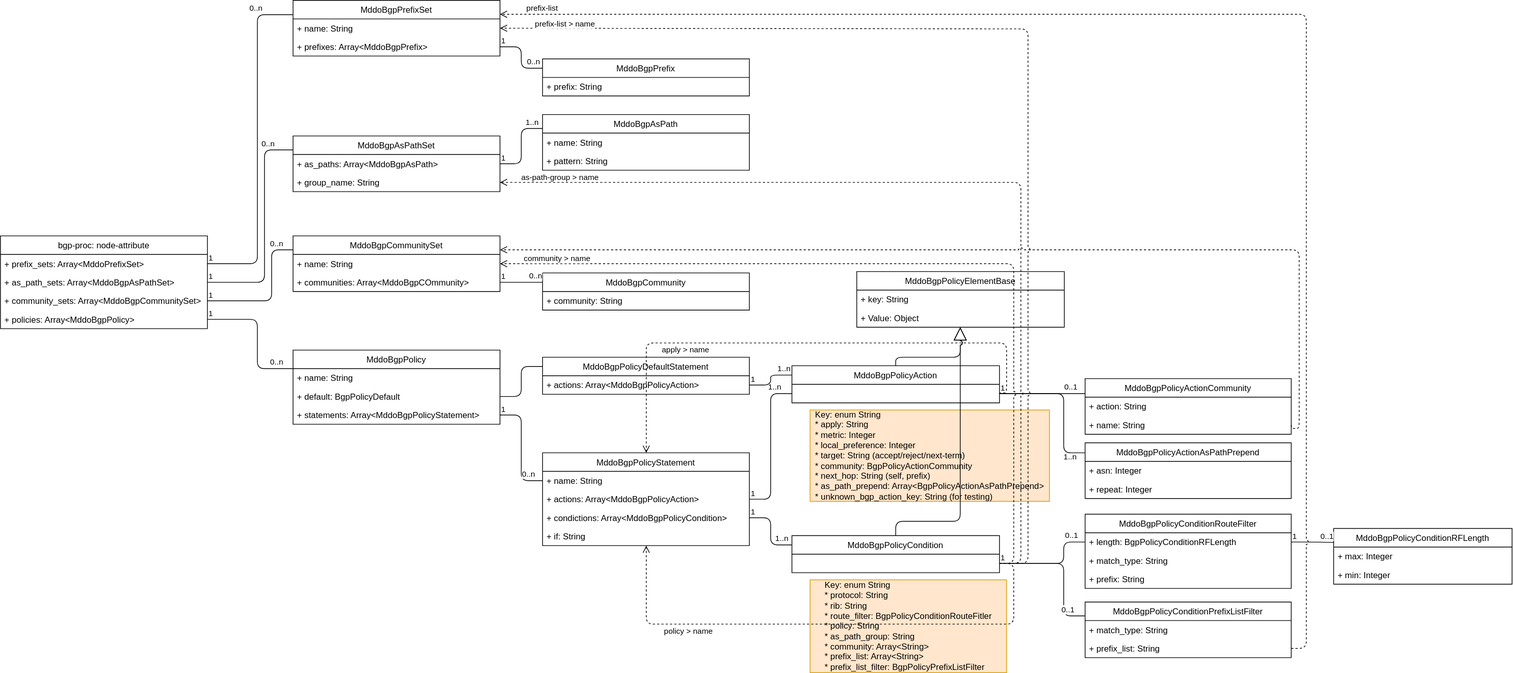
This is fig/bgp_policy_dsl.drawio.svg from ool-mddo/netomox, a draw.io export, as it was before one commit. Source tidied: cells renumbered, new cells last; positions are measured from the earlier drawing's top-left corner, leaving out a move shared by most shapes.
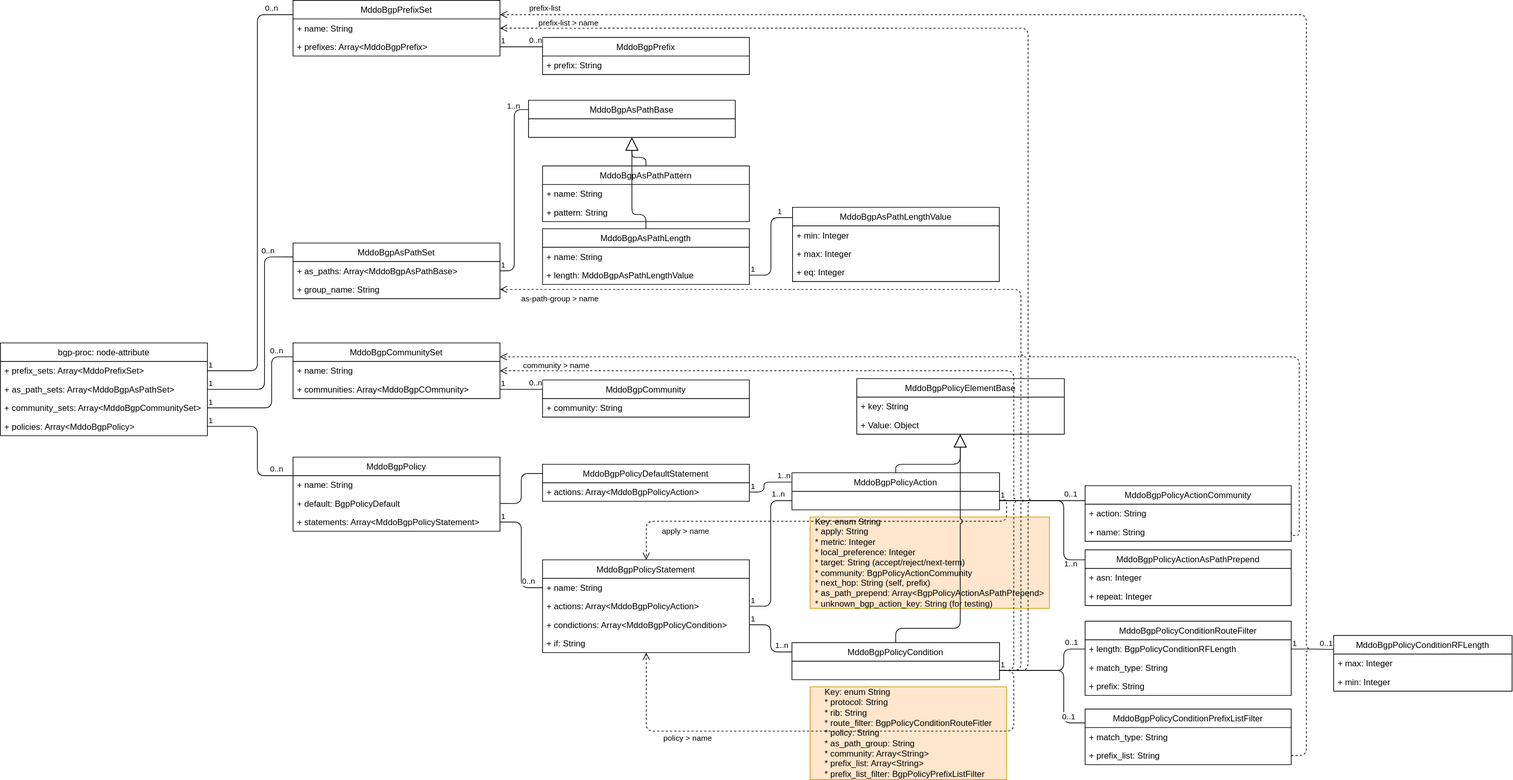
After the commit.

Commit message:
Add as-path-set/as-path/length

Diff of the diagram source:
```diff
@@ -139,7 +139,7 @@
     </mxCell>
     <mxCell id="41" value="1..n" style="edgeLabel;html=1;align=center;verticalAlign=middle;" parent="39" vertex="1">
       <mxGeometry x="0.79" y="-3" relative="1" as="geometry">
-        <mxPoint x="-4" y="-12" as="offset" />
+        <mxPoint x="2" y="-12" as="offset" />
       </mxGeometry>
     </mxCell>
     <mxCell id="42" style="endArrow=none;endFill=0;html=1;edgeStyle=orthogonalEdgeStyle;align=left;verticalAlign=top;exitX=1;exitY=0.5;exitDx=0;exitDy=0;entryX=0;entryY=0.25;entryDx=0;entryDy=0;" parent="1" edge="1" source="28" target="34">
@@ -172,18 +172,18 @@
     <mxCell id="48" value="MddoBgpAsPathSet" style="swimlane;fontStyle=0;horizontal=1;startSize=26;fillColor=none;" parent="1" vertex="1">
       <mxGeometry x="410" y="190" width="290" height="78" as="geometry" />
     </mxCell>
-    <mxCell id="49" value="+ as_paths: Array&lt;MddoBgpAsPath&gt;" style="text;strokeColor=none;fillColor=none;align=left;verticalAlign=top;spacingLeft=4;spacingRight=4;overflow=hidden;points=[[0,0.5],[1,0.5]];portConstraint=eastwest;" parent="48" vertex="1">
+    <mxCell id="49" value="+ as_paths: Array&lt;MddoBgpAsPathBase&gt;" style="text;strokeColor=none;fillColor=none;align=left;verticalAlign=top;spacingLeft=4;spacingRight=4;overflow=hidden;points=[[0,0.5],[1,0.5]];portConstraint=eastwest;" parent="48" vertex="1">
       <mxGeometry y="26" width="290" height="26" as="geometry" />
     </mxCell>
     <mxCell id="50" value="+ group_name: String" style="text;strokeColor=none;fillColor=none;align=left;verticalAlign=top;spacingLeft=4;spacingRight=4;overflow=hidden;points=[[0,0.5],[1,0.5]];portConstraint=eastwest;" parent="48" vertex="1">
       <mxGeometry y="52" width="290" height="26" as="geometry" />
     </mxCell>
-    <mxCell id="51" value="MddoBgpAsPath" style="swimlane;fontStyle=0;horizontal=1;startSize=26;fillColor=none;" parent="1" vertex="1">
-      <mxGeometry x="759.7" y="160" width="289.8" height="78" as="geometry" />
+    <mxCell id="51" value="MddoBgpAsPathPattern" style="swimlane;fontStyle=0;horizontal=1;startSize=26;fillColor=none;" parent="1" vertex="1">
+      <mxGeometry x="759.7" y="82" width="289.8" height="78" as="geometry" />
     </mxCell>
-    <mxCell id="52" value="+ name: String" style="text;strokeColor=none;fillColor=none;align=left;verticalAlign=top;spacingLeft=4;spacingRight=4;overflow=hidden;" parent="51" vertex="1">
-      <mxGeometry y="26" width="289.8" height="26" as="geometry" />
-    </mxCell>
+    <mxCell id="121" value="+ name: String" style="text;strokeColor=none;fillColor=none;align=left;verticalAlign=top;spacingLeft=4;spacingRight=4;overflow=hidden;" parent="51" vertex="1">
+      <mxGeometry y="26" width="289.8" height="26" as="geometry" />
+    </mxCell>
     <mxCell id="53" value="+ pattern: String" style="text;strokeColor=none;fillColor=none;align=left;verticalAlign=top;spacingLeft=4;spacingRight=4;overflow=hidden;" parent="51" vertex="1">
       <mxGeometry y="52" width="289.8" height="26" as="geometry" />
     </mxCell>
@@ -203,19 +203,19 @@
         <mxPoint x="-4" y="-12" as="offset" />
       </mxGeometry>
     </mxCell>
-    <mxCell id="57" style="endArrow=none;endFill=0;html=1;edgeStyle=orthogonalEdgeStyle;align=left;verticalAlign=top;exitX=1;exitY=0.5;exitDx=0;exitDy=0;entryX=0;entryY=0.25;entryDx=0;entryDy=0;" parent="1" edge="1" source="49" target="51">
+    <mxCell id="57" style="endArrow=none;endFill=0;html=1;edgeStyle=orthogonalEdgeStyle;align=left;verticalAlign=top;exitX=1;exitY=0.5;exitDx=0;exitDy=0;entryX=0;entryY=0.25;entryDx=0;entryDy=0;" parent="1" edge="1" source="49" target="125">
       <mxGeometry x="-1" relative="1" as="geometry" />
     </mxCell>
     <mxCell id="58" value="1" style="edgeLabel;html=1;align=left;verticalAlign=bottom;" parent="57" vertex="1">
       <mxGeometry x="-1" relative="1" as="geometry" />
     </mxCell>
-    <mxCell id="59" value="1..n" style="edgeLabel;html=1;align=center;verticalAlign=middle;" parent="57" vertex="1">
+    <mxCell id="59" value="1..n" style="edgeLabel;html=1;align=center;verticalAlign=middle;labelBackgroundColor=none;" parent="57" vertex="1">
       <mxGeometry x="0.79" y="-3" relative="1" as="geometry">
         <mxPoint x="-4" y="-12" as="offset" />
       </mxGeometry>
     </mxCell>
     <mxCell id="60" value="MddoBgpPrefixSet" style="swimlane;fontStyle=0;horizontal=1;startSize=26;fillColor=none;" parent="1" vertex="1">
-      <mxGeometry x="410" width="290" height="78" as="geometry" />
+      <mxGeometry x="410" y="-150" width="290" height="78" as="geometry" />
     </mxCell>
     <mxCell id="61" value="+ name: String" style="text;strokeColor=none;fillColor=none;align=left;verticalAlign=top;spacingLeft=4;spacingRight=4;overflow=hidden;points=[[0,0.5],[1,0.5]];portConstraint=eastwest;" parent="60" vertex="1">
       <mxGeometry y="26" width="290" height="26" as="geometry" />
@@ -224,7 +224,7 @@
       <mxGeometry y="52" width="290" height="26" as="geometry" />
     </mxCell>
     <mxCell id="63" value="MddoBgpPrefix" style="swimlane;fontStyle=0;horizontal=1;startSize=26;labelBackgroundColor=none;fillColor=none;" parent="1" vertex="1">
-      <mxGeometry x="759.7" y="82" width="289.8" height="52" as="geometry" />
+      <mxGeometry x="759.7" y="-98" width="289.8" height="52" as="geometry" />
     </mxCell>
     <mxCell id="64" value="+ prefix: String" style="text;align=left;verticalAlign=top;spacingLeft=4;spacingRight=4;overflow=hidden;labelBackgroundColor=none;" parent="63" vertex="1">
       <mxGeometry y="26" width="289.8" height="26" as="geometry" />
@@ -233,8 +233,8 @@
       <mxGeometry x="-1" relative="1" as="geometry">
         <Array as="points">
           <mxPoint x="360" y="369" />
-          <mxPoint x="360" y="20" />
-          <mxPoint x="410" y="20" />
+          <mxPoint x="360" y="-130" />
+          <mxPoint x="410" y="-130" />
         </Array>
       </mxGeometry>
     </mxCell>
@@ -243,7 +243,7 @@
     </mxCell>
     <mxCell id="67" value="0..n" style="edgeLabel;html=1;align=center;verticalAlign=middle;" parent="65" vertex="1">
       <mxGeometry x="0.79" y="-3" relative="1" as="geometry">
-        <mxPoint x="-4" y="-12" as="offset" />
+        <mxPoint x="17" y="-23" as="offset" />
       </mxGeometry>
     </mxCell>
     <mxCell id="68" style="endArrow=none;endFill=0;html=1;edgeStyle=orthogonalEdgeStyle;align=left;verticalAlign=top;exitX=1;exitY=0.5;exitDx=0;exitDy=0;entryX=0;entryY=0.25;entryDx=0;entryDy=0;fontColor=#000000;labelBorderColor=default;" parent="1" edge="1" source="62" target="63">
@@ -332,7 +332,8 @@
       <mxGeometry relative="1" as="geometry">
         <Array as="points">
           <mxPoint x="1830" y="908" />
-          <mxPoint x="1830" y="20" />
+          <mxPoint x="1830" y="-130" />
+          <mxPoint x="700" y="-130" />
         </Array>
       </mxGeometry>
     </mxCell>
@@ -351,7 +352,7 @@
     </mxCell>
     <mxCell id="94" value="as-path-group &amp;gt; name" style="edgeLabel;html=1;align=center;verticalAlign=middle;" parent="93" vertex="1">
       <mxGeometry x="0.93" y="2" relative="1" as="geometry">
-        <mxPoint x="41" y="-9" as="offset" />
+        <mxPoint x="41" y="11" as="offset" />
       </mxGeometry>
     </mxCell>
     <mxCell id="95" style="html=1;verticalAlign=bottom;endArrow=open;dashed=1;endSize=8;exitX=1;exitY=0.5;exitDx=0;exitDy=0;edgeStyle=orthogonalEdgeStyle;entryX=1;entryY=0.25;entryDx=0;entryDy=0;jumpStyle=arc;" parent="1" edge="1" source="73" target="7">
@@ -372,7 +373,12 @@
       <mxGeometry y="26" width="289.8" height="26" as="geometry" />
     </mxCell>
     <mxCell id="99" style="endArrow=none;endFill=0;html=1;edgeStyle=orthogonalEdgeStyle;align=left;verticalAlign=top;exitX=1;exitY=0.5;exitDx=0;exitDy=0;entryX=0;entryY=0.25;entryDx=0;entryDy=0;" parent="1" edge="1" source="98" target="33">
-      <mxGeometry x="-1" relative="1" as="geometry" />
+      <mxGeometry x="-1" relative="1" as="geometry">
+        <Array as="points">
+          <mxPoint x="1070" y="539" />
+          <mxPoint x="1070" y="525" />
+        </Array>
+      </mxGeometry>
     </mxCell>
     <mxCell id="100" value="1" style="edgeLabel;html=1;align=left;verticalAlign=bottom;" parent="99" vertex="1">
       <mxGeometry x="-1" relative="1" as="geometry" />
@@ -385,15 +391,16 @@
     <mxCell id="102" style="html=1;verticalAlign=bottom;endArrow=open;dashed=1;endSize=8;edgeStyle=orthogonalEdgeStyle;exitX=1;exitY=0.75;exitDx=0;exitDy=0;" parent="1" edge="1" source="33" target="25">
       <mxGeometry relative="1" as="geometry">
         <Array as="points">
+          <mxPoint x="1400" y="550" />
           <mxPoint x="1410" y="550" />
-          <mxPoint x="1410" y="480" />
-          <mxPoint x="905" y="480" />
+          <mxPoint x="1410" y="580" />
+          <mxPoint x="905" y="580" />
         </Array>
       </mxGeometry>
     </mxCell>
     <mxCell id="103" value="apply &amp;gt; name" style="edgeLabel;html=1;align=center;verticalAlign=middle;" parent="102" vertex="1">
       <mxGeometry x="0.93" y="2" relative="1" as="geometry">
-        <mxPoint x="53" y="-120" as="offset" />
+        <mxPoint x="53" y="-21" as="offset" />
       </mxGeometry>
     </mxCell>
     <mxCell id="104" style="html=1;verticalAlign=bottom;endArrow=open;dashed=1;endSize=8;edgeStyle=orthogonalEdgeStyle;exitX=1;exitY=0.75;exitDx=0;exitDy=0;entryX=0.5;entryY=1;entryDx=0;entryDy=0;" parent="1" edge="1" source="34" target="25">
@@ -428,9 +435,7 @@
       <mxGeometry relative="1" as="geometry">
         <Array as="points">
           <mxPoint x="1440" y="789" />
-          <mxPoint x="1440" y="40" />
-          <mxPoint x="1060" y="40" />
-          <mxPoint x="1060" y="39" />
+          <mxPoint x="1440" y="-111" />
         </Array>
       </mxGeometry>
     </mxCell>
@@ -489,5 +494,56 @@
         <mxPoint y="3" as="offset" />
       </mxGeometry>
     </mxCell>
+    <mxCell id="122" value="MddoBgpAsPathLength" style="swimlane;fontStyle=0;horizontal=1;startSize=26;fillColor=none;" parent="1" vertex="1">
+      <mxGeometry x="759.7" y="170" width="289.8" height="78" as="geometry" />
+    </mxCell>
+    <mxCell id="123" value="+ name: String" style="text;strokeColor=none;fillColor=none;align=left;verticalAlign=top;spacingLeft=4;spacingRight=4;overflow=hidden;" parent="122" vertex="1">
+      <mxGeometry y="26" width="289.8" height="26" as="geometry" />
+    </mxCell>
+    <mxCell id="124" value="+ length: MddoBgpAsPathLengthValue" style="text;strokeColor=none;fillColor=none;align=left;verticalAlign=top;spacingLeft=4;spacingRight=4;overflow=hidden;points=[[0,0.5],[1,0.5]];portConstraint=eastwest;" parent="122" vertex="1">
+      <mxGeometry y="52" width="289.8" height="26" as="geometry" />
+    </mxCell>
+    <mxCell id="125" value="MddoBgpAsPathBase" style="swimlane;fontStyle=0;horizontal=1;startSize=26;fillColor=none;" parent="1" vertex="1">
+      <mxGeometry x="740" y="-10" width="289.8" height="52" as="geometry" />
+    </mxCell>
+    <mxCell id="126" style="endArrow=block;endSize=16;endFill=0;html=1;rounded=1;edgeStyle=orthogonalEdgeStyle;jumpStyle=arc;curved=0;entryX=0.5;entryY=1;entryDx=0;entryDy=0;exitX=0.5;exitY=0;exitDx=0;exitDy=0;" parent="1" edge="1" source="51" target="125">
+      <mxGeometry relative="1" as="geometry">
+        <Array as="points">
+          <mxPoint x="905" y="70" />
+          <mxPoint x="885" y="70" />
+        </Array>
+      </mxGeometry>
+    </mxCell>
+    <mxCell id="127" style="endArrow=block;endSize=16;endFill=0;html=1;rounded=1;edgeStyle=orthogonalEdgeStyle;jumpStyle=arc;curved=0;entryX=0.5;entryY=1;entryDx=0;entryDy=0;exitX=0.5;exitY=0;exitDx=0;exitDy=0;" parent="1" edge="1" source="122" target="125">
+      <mxGeometry relative="1" as="geometry">
+        <Array as="points">
+          <mxPoint x="905" y="150" />
+          <mxPoint x="885" y="150" />
+        </Array>
+      </mxGeometry>
+    </mxCell>
+    <mxCell id="128" value="MddoBgpAsPathLengthValue" style="swimlane;fontStyle=0;horizontal=1;startSize=26;fillColor=none;" parent="1" vertex="1">
+      <mxGeometry x="1110" y="140" width="289.8" height="104" as="geometry" />
+    </mxCell>
+    <mxCell id="129" value="+ min: Integer" style="text;strokeColor=none;fillColor=none;align=left;verticalAlign=top;spacingLeft=4;spacingRight=4;overflow=hidden;" parent="128" vertex="1">
+      <mxGeometry y="26" width="289.8" height="26" as="geometry" />
+    </mxCell>
+    <mxCell id="130" value="+ max: Integer" style="text;strokeColor=none;fillColor=none;align=left;verticalAlign=top;spacingLeft=4;spacingRight=4;overflow=hidden;" parent="128" vertex="1">
+      <mxGeometry y="52" width="289.8" height="26" as="geometry" />
+    </mxCell>
+    <mxCell id="131" value="+ eq: Integer" style="text;strokeColor=none;fillColor=none;align=left;verticalAlign=top;spacingLeft=4;spacingRight=4;overflow=hidden;" parent="128" vertex="1">
+      <mxGeometry y="78" width="289.8" height="26" as="geometry" />
+    </mxCell>
+    <mxCell id="132" style="endArrow=none;endFill=0;html=1;edgeStyle=orthogonalEdgeStyle;align=left;verticalAlign=top;exitX=1;exitY=0.5;exitDx=0;exitDy=0;entryX=0;entryY=0.138;entryDx=0;entryDy=0;entryPerimeter=0;" parent="1" edge="1" source="124" target="128">
+      <mxGeometry x="-1" relative="1" as="geometry" />
+    </mxCell>
+    <mxCell id="133" value="1" style="edgeLabel;html=1;align=left;verticalAlign=bottom;" parent="132" vertex="1">
+      <mxGeometry x="-1" relative="1" as="geometry" />
+    </mxCell>
+    <mxCell id="134" value="1" style="edgeLabel;html=1;align=center;verticalAlign=middle;" parent="132" vertex="1">
+      <mxGeometry x="0.79" y="-3" relative="1" as="geometry">
+        <mxPoint x="-4" y="-12" as="offset" />
+      </mxGeometry>
+    </mxCell>
   </root>
 </mxGraphModel>
```
